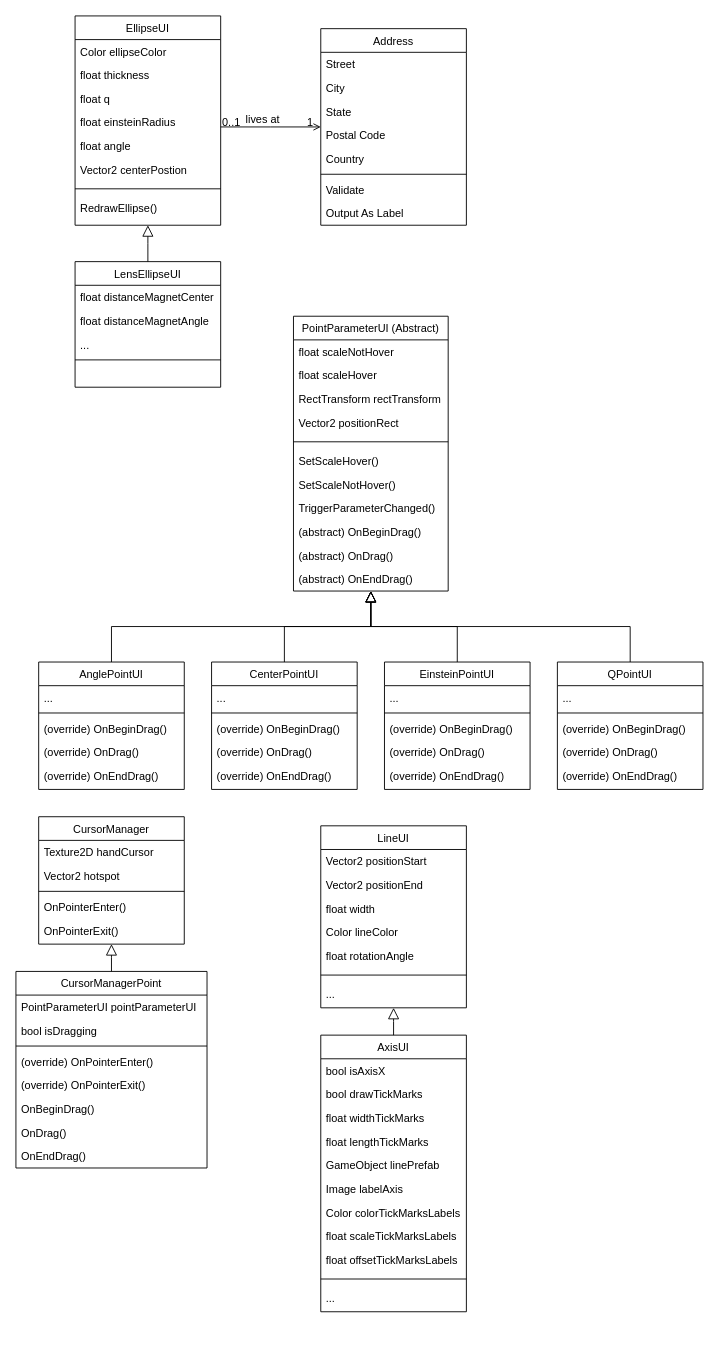
Earlier version of the draw.io diagram IGLOO_Diagram.drawio (shoutizix/DiagramIGLOO). Source tidied: cells renumbered, new cells numbered last; positions are measured from the earlier drawing's top-left corner, leaving out a move shared by most shapes. Both pictures are drawn from the tidied source at 91%, with x=0, y=0 at pixel (15, 15).
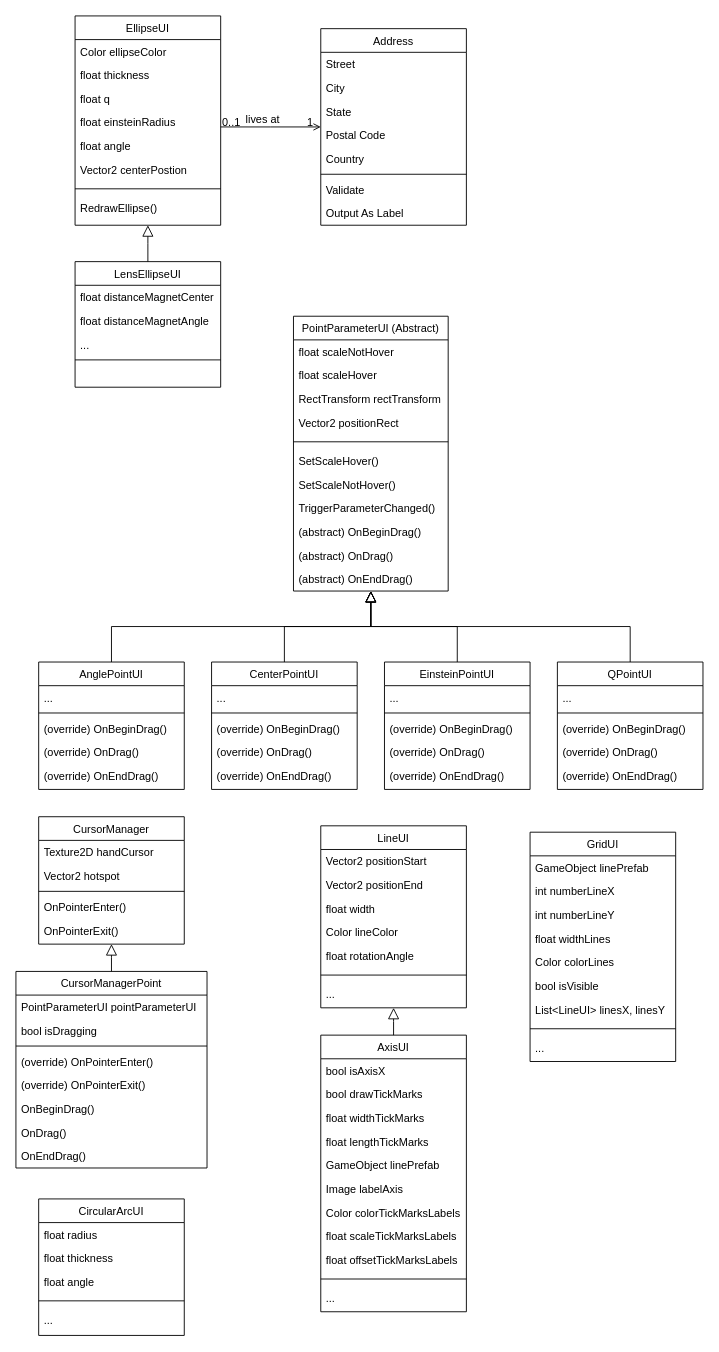
After the change.

Commit message:
GridUI + CircularArcUI

Diff of the diagram source:
```diff
@@
+    <mxCell id="107" value="GridUI" style="swimlane;fontStyle=0;align=center;verticalAlign=top;horizontal=1;startSize=26;rounded=0;shadow=0;strokeWidth=1;" parent="1" vertex="1">
+      <mxGeometry x="565" y="897" width="160" height="252" as="geometry" />
+    </mxCell>
+    <mxCell id="108" value="GameObject linePrefab" style="text;align=left;verticalAlign=top;spacingLeft=4;spacingRight=4;overflow=hidden;" parent="107" vertex="1">
+      <mxGeometry y="26" width="160" height="26" as="geometry" />
+    </mxCell>
+    <mxCell id="109" value="int numberLineX" style="text;align=left;verticalAlign=top;spacingLeft=4;spacingRight=4;overflow=hidden;rounded=0;shadow=0;html=0;" parent="107" vertex="1">
+      <mxGeometry y="52" width="160" height="26" as="geometry" />
+    </mxCell>
+    <mxCell id="110" value="int numberLineY" style="text;align=left;verticalAlign=top;spacingLeft=4;spacingRight=4;overflow=hidden;rounded=0;shadow=0;html=0;" parent="107" vertex="1">
+      <mxGeometry y="78" width="160" height="26" as="geometry" />
+    </mxCell>
+    <mxCell id="111" value="float widthLines" style="text;align=left;verticalAlign=top;spacingLeft=4;spacingRight=4;overflow=hidden;rounded=0;shadow=0;html=0;" parent="107" vertex="1">
+      <mxGeometry y="104" width="160" height="26" as="geometry" />
+    </mxCell>
+    <mxCell id="112" value="Color colorLines" style="text;align=left;verticalAlign=top;spacingLeft=4;spacingRight=4;overflow=hidden;" parent="107" vertex="1">
+      <mxGeometry y="130" width="160" height="26" as="geometry" />
+    </mxCell>
+    <mxCell id="113" value="bool isVisible" style="text;align=left;verticalAlign=top;spacingLeft=4;spacingRight=4;overflow=hidden;rounded=0;shadow=0;html=0;" parent="107" vertex="1">
+      <mxGeometry y="156" width="160" height="26" as="geometry" />
+    </mxCell>
+    <mxCell id="114" value="List&lt;LineUI&gt; linesX, linesY " style="text;align=left;verticalAlign=top;spacingLeft=4;spacingRight=4;overflow=hidden;rounded=0;shadow=0;html=0;" parent="107" vertex="1">
+      <mxGeometry y="182" width="160" height="26" as="geometry" />
+    </mxCell>
+    <mxCell id="115" style="line;html=1;strokeWidth=1;align=left;verticalAlign=middle;spacingTop=-1;spacingLeft=3;spacingRight=3;labelPosition=right;" parent="107" vertex="1">
+      <mxGeometry y="208" width="160" height="16" as="geometry" />
+    </mxCell>
+    <mxCell id="116" value="..." style="text;align=left;verticalAlign=top;spacingLeft=4;spacingRight=4;overflow=hidden;" parent="107" vertex="1">
+      <mxGeometry y="224" width="160" height="28" as="geometry" />
+    </mxCell>
+    <mxCell id="117" value="CircularArcUI" style="swimlane;fontStyle=0;align=center;verticalAlign=top;horizontal=1;startSize=26;rounded=0;shadow=0;strokeWidth=1;" parent="1" vertex="1">
+      <mxGeometry x="25" y="1300" width="160" height="150" as="geometry" />
+    </mxCell>
+    <mxCell id="118" value="float radius" style="text;align=left;verticalAlign=top;spacingLeft=4;spacingRight=4;overflow=hidden;rounded=0;shadow=0;html=0;" parent="117" vertex="1">
+      <mxGeometry y="26" width="160" height="26" as="geometry" />
+    </mxCell>
+    <mxCell id="119" value="float thickness" style="text;align=left;verticalAlign=top;spacingLeft=4;spacingRight=4;overflow=hidden;rounded=0;shadow=0;html=0;" parent="117" vertex="1">
+      <mxGeometry y="52" width="160" height="26" as="geometry" />
+    </mxCell>
+    <mxCell id="120" value="float angle" style="text;align=left;verticalAlign=top;spacingLeft=4;spacingRight=4;overflow=hidden;" parent="117" vertex="1">
+      <mxGeometry y="78" width="160" height="26" as="geometry" />
+    </mxCell>
+    <mxCell id="121" style="line;html=1;strokeWidth=1;align=left;verticalAlign=middle;spacingTop=-1;spacingLeft=3;spacingRight=3;labelPosition=right;" parent="117" vertex="1">
+      <mxGeometry y="104" width="160" height="16" as="geometry" />
+    </mxCell>
+    <mxCell id="122" value="..." style="text;align=left;verticalAlign=top;spacingLeft=4;spacingRight=4;overflow=hidden;" parent="117" vertex="1">
+      <mxGeometry y="120" width="160" height="28" as="geometry" />
+    </mxCell>
```
